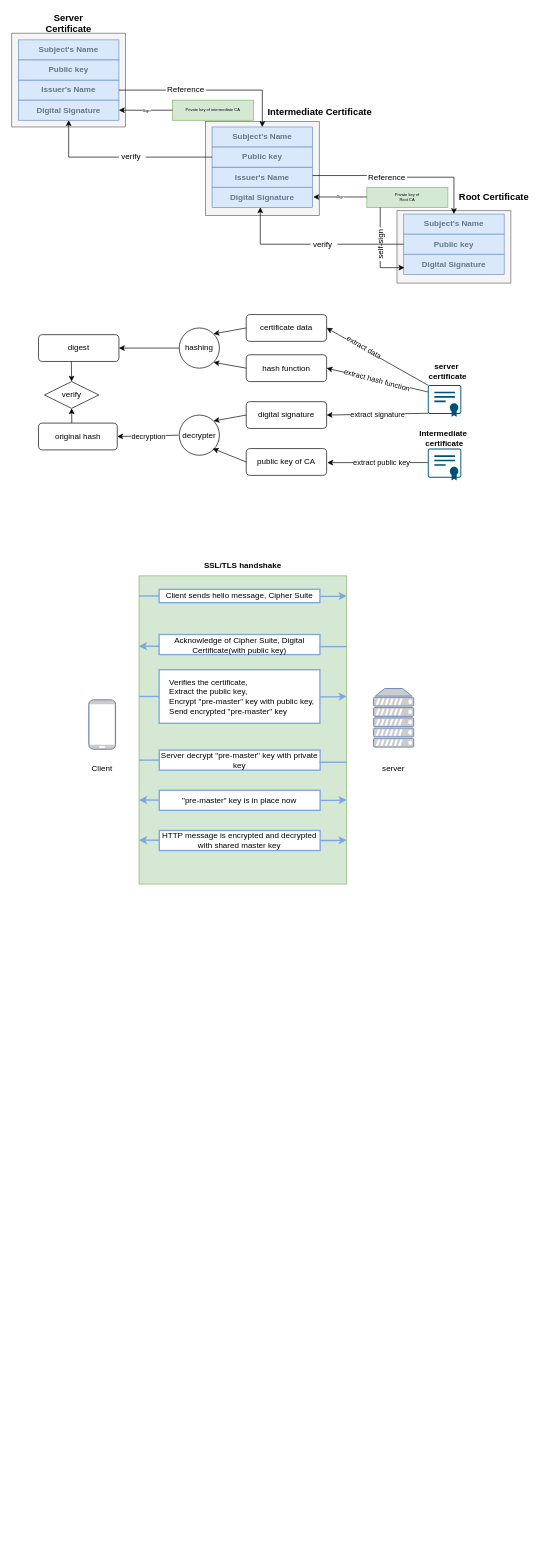
The draw.io diagram https_ca_certificate.drawio in baoqger/drawing.io, before the edit. Source tidied: cells renumbered, new cells numbered last; positions are measured from the earlier drawing's top-left corner, leaving out a move shared by most shapes. Both pictures are drawn from the tidied source at 67%, with x=0, y=0 at pixel (11, 13). Pictures stored in the file or linked from it are replaced by grey dashed boxes.
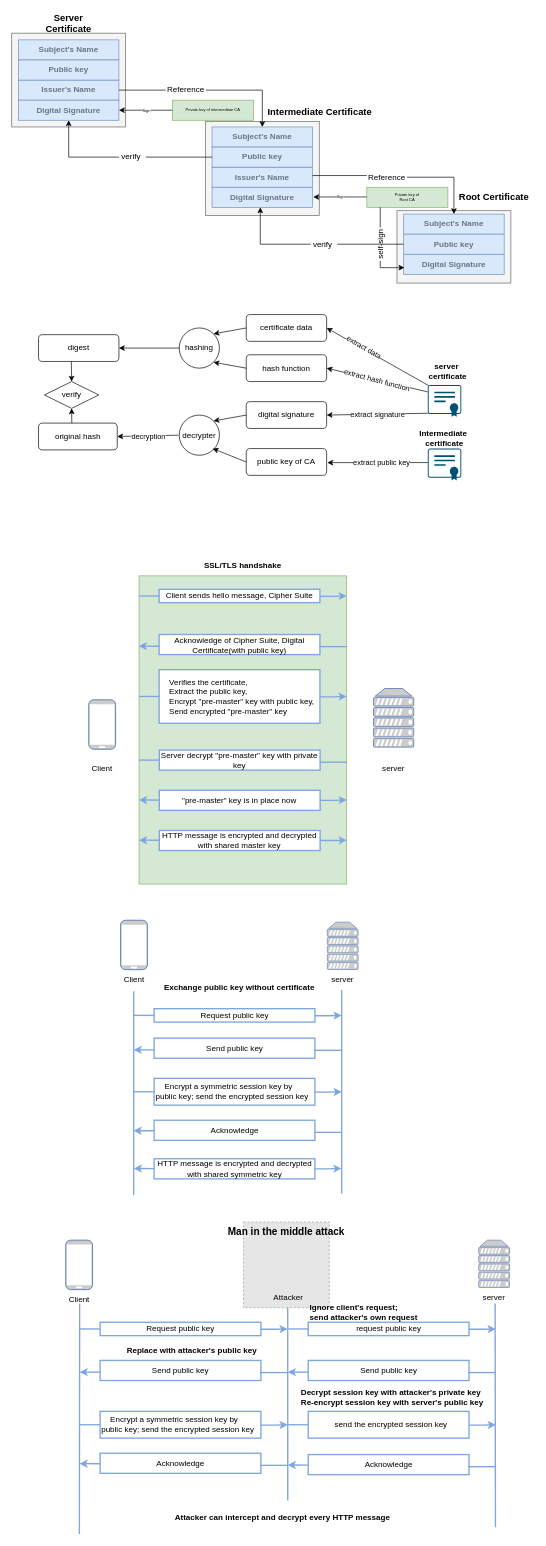
After the change.

Diff of the diagram source:
```diff
@@
+    <mxCell id="94" value="Exchange public key without certificate" style="text;html=1;strokeColor=none;fillColor=none;align=center;verticalAlign=middle;whiteSpace=wrap;rounded=0;fontStyle=1;" parent="1" vertex="1">
+      <mxGeometry x="185" y="1440" width="310" height="30" as="geometry" />
+    </mxCell>
+    <mxCell id="95" style="fontColor=#0066CC;verticalAlign=top;verticalLabelPosition=bottom;labelPosition=center;align=center;html=1;fillColor=#CCCCCC;strokeColor=#6881B3;gradientColor=none;gradientDirection=north;strokeWidth=2;shape=mxgraph.networks.server;" parent="1" vertex="1">
+      <mxGeometry x="471" y="1356.9" width="46" height="70.6" as="geometry" />
+    </mxCell>
+    <mxCell id="96" style="fontColor=#0066CC;verticalAlign=top;verticalLabelPosition=bottom;labelPosition=center;align=center;html=1;fillColor=#CCCCCC;strokeColor=#6881B3;gradientColor=none;gradientDirection=north;strokeWidth=2;shape=mxgraph.networks.mobile;" parent="1" vertex="1">
+      <mxGeometry x="162.5" y="1354" width="40" height="73.8" as="geometry" />
+    </mxCell>
+    <mxCell id="97" value="Client" style="text;html=1;strokeColor=none;fillColor=none;align=center;verticalAlign=middle;whiteSpace=wrap;rounded=0;" parent="1" vertex="1">
+      <mxGeometry x="152.5" y="1427.5" width="60" height="30" as="geometry" />
+    </mxCell>
+    <mxCell id="98" value="server" style="text;html=1;strokeColor=none;fillColor=none;align=center;verticalAlign=middle;whiteSpace=wrap;rounded=0;" parent="1" vertex="1">
+      <mxGeometry x="464" y="1427.5" width="60" height="30" as="geometry" />
+    </mxCell>
+    <mxCell id="99" value="Request public key" style="rounded=0;whiteSpace=wrap;html=1;strokeColor=#7EA6E0;strokeWidth=2;" parent="1" vertex="1">
+      <mxGeometry x="212.5" y="1486" width="240" height="20" as="geometry" />
+    </mxCell>
+    <mxCell id="100" style="endArrow=classic;html=1;rounded=0;edgeStyle=orthogonalEdgeStyle;strokeColor=#7EA6E0;strokeWidth=2;" parent="1" edge="1">
+      <mxGeometry x="187.8" y="1465.5" as="geometry">
+        <mxPoint x="452.5" y="1496.5" as="sourcePoint" />
+        <mxPoint x="492.5" y="1496" as="targetPoint" />
+        <Array as="points">
+          <mxPoint x="472.5" y="1496.5" />
+          <mxPoint x="472.5" y="1496.5" />
+        </Array>
+      </mxGeometry>
+    </mxCell>
+    <mxCell id="101" style="line;strokeWidth=2;html=1;labelBorderColor=#3399FF;strokeColor=#7EA6E0;" parent="1" vertex="1">
+      <mxGeometry x="182.5" y="1491" width="30" height="10" as="geometry" />
+    </mxCell>
+    <mxCell id="102" value="Send public key" style="rounded=0;whiteSpace=wrap;html=1;strokeColor=#7EA6E0;strokeWidth=2;" parent="1" vertex="1">
+      <mxGeometry x="212.5" y="1530" width="240" height="30" as="geometry" />
+    </mxCell>
+    <mxCell id="103" style="endArrow=classic;html=1;rounded=0;edgeStyle=orthogonalEdgeStyle;strokeColor=#7EA6E0;strokeWidth=2;" parent="1" edge="1">
+      <mxGeometry x="-52.2" y="1562" as="geometry">
+        <mxPoint x="212.5" y="1547.5" as="sourcePoint" />
+        <mxPoint x="182" y="1547.5" as="targetPoint" />
+        <Array as="points">
+          <mxPoint x="212.5" y="1547.5" />
+        </Array>
+      </mxGeometry>
+    </mxCell>
+    <mxCell id="104" style="line;strokeWidth=2;html=1;labelBorderColor=#3399FF;strokeColor=#7EA6E0;" parent="1" vertex="1">
+      <mxGeometry x="451.5" y="1543.1" width="41" height="10" as="geometry" />
+    </mxCell>
+    <mxCell id="105" value="&lt;span&gt;&amp;nbsp; &amp;nbsp; Encrypt a symmetric session key by public key; send the encrypted session key&lt;/span&gt;" style="rounded=0;whiteSpace=wrap;html=1;strokeColor=#7EA6E0;strokeWidth=2;align=left;" parent="1" vertex="1">
+      <mxGeometry x="212.5" y="1590" width="240" height="40" as="geometry" />
+    </mxCell>
+    <mxCell id="106" style="endArrow=classic;html=1;rounded=0;edgeStyle=orthogonalEdgeStyle;strokeColor=#7EA6E0;strokeWidth=2;" parent="1" edge="1">
+      <mxGeometry x="187.8" y="1579.5" as="geometry">
+        <mxPoint x="452.5" y="1610.5" as="sourcePoint" />
+        <mxPoint x="492.5" y="1610" as="targetPoint" />
+        <Array as="points">
+          <mxPoint x="472.5" y="1610.5" />
+          <mxPoint x="472.5" y="1610.5" />
+        </Array>
+      </mxGeometry>
+    </mxCell>
+    <mxCell id="107" style="line;strokeWidth=2;html=1;labelBorderColor=#3399FF;strokeColor=#7EA6E0;" parent="1" vertex="1">
+      <mxGeometry x="182.5" y="1605" width="30" height="10" as="geometry" />
+    </mxCell>
+    <mxCell id="108" value="Acknowledge" style="rounded=0;whiteSpace=wrap;html=1;strokeColor=#7EA6E0;strokeWidth=2;" parent="1" vertex="1">
+      <mxGeometry x="212.5" y="1652.5" width="240" height="30" as="geometry" />
+    </mxCell>
+    <mxCell id="109" style="line;strokeWidth=2;html=1;labelBorderColor=#3399FF;strokeColor=#7EA6E0;" parent="1" vertex="1">
+      <mxGeometry x="451.5" y="1665.6" width="41" height="10" as="geometry" />
+    </mxCell>
+    <mxCell id="110" value="HTTP message is encrypted and decrypted with shared symmetric key" style="rounded=0;whiteSpace=wrap;html=1;strokeColor=#7EA6E0;strokeWidth=2;" parent="1" vertex="1">
+      <mxGeometry x="212.5" y="1710" width="240" height="30" as="geometry" />
+    </mxCell>
+    <mxCell id="111" style="endArrow=classic;html=1;rounded=0;edgeStyle=orthogonalEdgeStyle;strokeColor=#7EA6E0;strokeWidth=2;" parent="1" edge="1">
+      <mxGeometry x="187.4" y="1694" as="geometry">
+        <mxPoint x="452.2" y="1725" as="sourcePoint" />
+        <mxPoint x="492.2" y="1724.5" as="targetPoint" />
+        <Array as="points">
+          <mxPoint x="472.2" y="1725" />
+          <mxPoint x="472.2" y="1725" />
+        </Array>
+      </mxGeometry>
+    </mxCell>
+    <mxCell id="112" style="endArrow=classic;html=1;rounded=0;edgeStyle=orthogonalEdgeStyle;strokeColor=#7EA6E0;strokeWidth=2;entryX=-0.001;entryY=0.228;entryDx=0;entryDy=0;entryPerimeter=0;" parent="1" edge="1">
+      <mxGeometry x="-52.2" y="1739.1" as="geometry">
+        <mxPoint x="212.5" y="1724.6" as="sourcePoint" />
+        <mxPoint x="182.2" y="1724.5" as="targetPoint" />
+        <Array as="points">
+          <mxPoint x="212.5" y="1724.6" />
+        </Array>
+      </mxGeometry>
+    </mxCell>
+    <mxCell id="113" style="endArrow=classic;html=1;rounded=0;edgeStyle=orthogonalEdgeStyle;strokeColor=#7EA6E0;strokeWidth=2;entryX=-0.001;entryY=0.228;entryDx=0;entryDy=0;entryPerimeter=0;" parent="1" edge="1">
+      <mxGeometry x="-52.6" y="1682.8" as="geometry">
+        <mxPoint x="212.2" y="1668.2" as="sourcePoint" />
+        <mxPoint x="181.9" y="1668.1" as="targetPoint" />
+        <Array as="points">
+          <mxPoint x="212.2" y="1668.2" />
+        </Array>
+      </mxGeometry>
+    </mxCell>
+    <mxCell id="114" value="Request public key" style="rounded=0;whiteSpace=wrap;html=1;strokeColor=#7EA6E0;strokeWidth=2;" parent="1" vertex="1">
+      <mxGeometry x="131.9" y="1954" width="240" height="20" as="geometry" />
+    </mxCell>
+    <mxCell id="115" style="endArrow=classic;html=1;rounded=0;edgeStyle=orthogonalEdgeStyle;strokeColor=#7EA6E0;strokeWidth=2;" parent="1" edge="1">
+      <mxGeometry x="107.1" y="1933.5" as="geometry">
+        <mxPoint x="371.9" y="1964.5" as="sourcePoint" />
+        <mxPoint x="411.9" y="1964" as="targetPoint" />
+        <Array as="points">
+          <mxPoint x="391.9" y="1964.5" />
+          <mxPoint x="391.9" y="1964.5" />
+        </Array>
+      </mxGeometry>
+    </mxCell>
+    <mxCell id="116" style="line;strokeWidth=2;html=1;labelBorderColor=#3399FF;strokeColor=#7EA6E0;" parent="1" vertex="1">
+      <mxGeometry x="101.9" y="1959" width="30" height="10" as="geometry" />
+    </mxCell>
+    <mxCell id="117" value="Send public key" style="rounded=0;whiteSpace=wrap;html=1;strokeColor=#7EA6E0;strokeWidth=2;" parent="1" vertex="1">
+      <mxGeometry x="131.9" y="2011" width="240" height="30" as="geometry" />
+    </mxCell>
+    <mxCell id="118" style="endArrow=classic;html=1;rounded=0;edgeStyle=orthogonalEdgeStyle;strokeColor=#7EA6E0;strokeWidth=2;" parent="1" edge="1">
+      <mxGeometry x="-132.9" y="2043" as="geometry">
+        <mxPoint x="131.9" y="2028.5" as="sourcePoint" />
+        <mxPoint x="101.4" y="2028.5" as="targetPoint" />
+        <Array as="points">
+          <mxPoint x="131.9" y="2028.5" />
+        </Array>
+      </mxGeometry>
+    </mxCell>
+    <mxCell id="119" style="line;strokeWidth=2;html=1;labelBorderColor=#3399FF;strokeColor=#7EA6E0;" parent="1" vertex="1">
+      <mxGeometry x="370.9" y="2024.1" width="41" height="10" as="geometry" />
+    </mxCell>
+    <mxCell id="120" value="&lt;span&gt;&amp;nbsp; &amp;nbsp; Encrypt a symmetric session key by public key; send the encrypted session key&lt;/span&gt;" style="rounded=0;whiteSpace=wrap;html=1;strokeColor=#7EA6E0;strokeWidth=2;align=left;" parent="1" vertex="1">
+      <mxGeometry x="131.9" y="2087" width="240" height="40" as="geometry" />
+    </mxCell>
+    <mxCell id="121" style="endArrow=classic;html=1;rounded=0;edgeStyle=orthogonalEdgeStyle;strokeColor=#7EA6E0;strokeWidth=2;" parent="1" edge="1">
+      <mxGeometry x="107.1" y="2076.5" as="geometry">
+        <mxPoint x="371.9" y="2107.5" as="sourcePoint" />
+        <mxPoint x="411.9" y="2107" as="targetPoint" />
+        <Array as="points">
+          <mxPoint x="391.9" y="2107.5" />
+          <mxPoint x="391.9" y="2107.5" />
+        </Array>
+      </mxGeometry>
+    </mxCell>
+    <mxCell id="122" style="line;strokeWidth=2;html=1;labelBorderColor=#3399FF;strokeColor=#7EA6E0;" parent="1" vertex="1">
+      <mxGeometry x="101.9" y="2102" width="30" height="10" as="geometry" />
+    </mxCell>
+    <mxCell id="123" value="Acknowledge" style="rounded=0;whiteSpace=wrap;html=1;strokeColor=#7EA6E0;strokeWidth=2;" parent="1" vertex="1">
+      <mxGeometry x="131.9" y="2149.5" width="240" height="30" as="geometry" />
+    </mxCell>
+    <mxCell id="124" style="line;strokeWidth=2;html=1;labelBorderColor=#3399FF;strokeColor=#7EA6E0;" parent="1" vertex="1">
+      <mxGeometry x="370.9" y="2162.6" width="41" height="10" as="geometry" />
+    </mxCell>
+    <mxCell id="125" style="endArrow=classic;html=1;rounded=0;edgeStyle=orthogonalEdgeStyle;strokeColor=#7EA6E0;strokeWidth=2;entryX=-0.001;entryY=0.228;entryDx=0;entryDy=0;entryPerimeter=0;" parent="1" edge="1">
+      <mxGeometry x="-133.2" y="2179.8" as="geometry">
+        <mxPoint x="131.6" y="2165.2" as="sourcePoint" />
+        <mxPoint x="101.3" y="2165.1" as="targetPoint" />
+        <Array as="points">
+          <mxPoint x="131.6" y="2165.2" />
+        </Array>
+      </mxGeometry>
+    </mxCell>
+    <mxCell id="126" value="request public key" style="rounded=0;whiteSpace=wrap;html=1;strokeColor=#7EA6E0;strokeWidth=2;" parent="1" vertex="1">
+      <mxGeometry x="442.5" y="1954" width="240" height="20" as="geometry" />
+    </mxCell>
+    <mxCell id="127" style="endArrow=classic;html=1;rounded=0;edgeStyle=orthogonalEdgeStyle;strokeColor=#7EA6E0;strokeWidth=2;" parent="1" edge="1">
+      <mxGeometry x="417.7" y="1933.5" as="geometry">
+        <mxPoint x="682.5" y="1964.5" as="sourcePoint" />
+        <mxPoint x="722.5" y="1964" as="targetPoint" />
+        <Array as="points">
+          <mxPoint x="702.5" y="1964.5" />
+          <mxPoint x="702.5" y="1964.5" />
+        </Array>
+      </mxGeometry>
+    </mxCell>
+    <mxCell id="128" style="line;strokeWidth=2;html=1;labelBorderColor=#3399FF;strokeColor=#7EA6E0;" parent="1" vertex="1">
+      <mxGeometry x="412.5" y="1959" width="30" height="10" as="geometry" />
+    </mxCell>
+    <mxCell id="129" value="Send public key" style="rounded=0;whiteSpace=wrap;html=1;strokeColor=#7EA6E0;strokeWidth=2;" parent="1" vertex="1">
+      <mxGeometry x="442.5" y="2011" width="240" height="30" as="geometry" />
+    </mxCell>
+    <mxCell id="130" style="endArrow=classic;html=1;rounded=0;edgeStyle=orthogonalEdgeStyle;strokeColor=#7EA6E0;strokeWidth=2;" parent="1" edge="1">
+      <mxGeometry x="177.7" y="2043" as="geometry">
+        <mxPoint x="442.5" y="2028.5" as="sourcePoint" />
+        <mxPoint x="412" y="2028.5" as="targetPoint" />
+        <Array as="points">
+          <mxPoint x="442.5" y="2028.5" />
+        </Array>
+      </mxGeometry>
+    </mxCell>
+    <mxCell id="131" style="line;strokeWidth=2;html=1;labelBorderColor=#3399FF;strokeColor=#7EA6E0;" parent="1" vertex="1">
+      <mxGeometry x="681.5" y="2024.1" width="41" height="10" as="geometry" />
+    </mxCell>
+    <mxCell id="132" value="&lt;span&gt;&amp;nbsp; send the encrypted session key&lt;/span&gt;" style="rounded=0;whiteSpace=wrap;html=1;strokeColor=#7EA6E0;strokeWidth=2;align=center;" parent="1" vertex="1">
+      <mxGeometry x="442.5" y="2087" width="240" height="40" as="geometry" />
+    </mxCell>
+    <mxCell id="133" style="endArrow=classic;html=1;rounded=0;edgeStyle=orthogonalEdgeStyle;strokeColor=#7EA6E0;strokeWidth=2;" parent="1" edge="1">
+      <mxGeometry x="417.7" y="2076.5" as="geometry">
+        <mxPoint x="682.5" y="2107.5" as="sourcePoint" />
+        <mxPoint x="722.5" y="2107" as="targetPoint" />
+        <Array as="points">
+          <mxPoint x="702.5" y="2107.5" />
+          <mxPoint x="702.5" y="2107.5" />
+        </Array>
+      </mxGeometry>
+    </mxCell>
+    <mxCell id="134" style="line;strokeWidth=2;html=1;labelBorderColor=#3399FF;strokeColor=#7EA6E0;" parent="1" vertex="1">
+      <mxGeometry x="412.5" y="2102" width="30" height="10" as="geometry" />
+    </mxCell>
+    <mxCell id="135" value="Acknowledge" style="rounded=0;whiteSpace=wrap;html=1;strokeColor=#7EA6E0;strokeWidth=2;" parent="1" vertex="1">
+      <mxGeometry x="442.5" y="2151.5" width="240" height="30" as="geometry" />
+    </mxCell>
+    <mxCell id="136" style="line;strokeWidth=2;html=1;labelBorderColor=#3399FF;strokeColor=#7EA6E0;" parent="1" vertex="1">
+      <mxGeometry x="681.5" y="2164.6" width="41" height="10" as="geometry" />
+    </mxCell>
+    <mxCell id="137" style="endArrow=classic;html=1;rounded=0;edgeStyle=orthogonalEdgeStyle;strokeColor=#7EA6E0;strokeWidth=2;entryX=-0.001;entryY=0.228;entryDx=0;entryDy=0;entryPerimeter=0;" parent="1" edge="1">
+      <mxGeometry x="177.4" y="2181.8" as="geometry">
+        <mxPoint x="442.2" y="2167.2" as="sourcePoint" />
+        <mxPoint x="411.9" y="2167.1" as="targetPoint" />
+        <Array as="points">
+          <mxPoint x="442.2" y="2167.2" />
+        </Array>
+      </mxGeometry>
+    </mxCell>
+    <mxCell id="138" style="endArrow=none;html=1;rounded=0;fontColor=#A9C4EB;strokeWidth=2;strokeColor=#7EA6E0;" parent="1" edge="1">
+      <mxGeometry relative="1" as="geometry">
+        <mxPoint x="182" y="1460" as="sourcePoint" />
+        <mxPoint x="182" y="1764" as="targetPoint" />
+      </mxGeometry>
+    </mxCell>
+    <mxCell id="139" style="endArrow=none;html=1;rounded=0;fontColor=#A9C4EB;strokeWidth=2;strokeColor=#7EA6E0;" parent="1" edge="1">
+      <mxGeometry relative="1" as="geometry">
+        <mxPoint x="492.5" y="1458" as="sourcePoint" />
+        <mxPoint x="492.5" y="1762" as="targetPoint" />
+      </mxGeometry>
+    </mxCell>
+    <mxCell id="140" style="endArrow=none;html=1;rounded=0;fontColor=#A9C4EB;strokeWidth=2;strokeColor=#7EA6E0;" parent="1" edge="1">
+      <mxGeometry relative="1" as="geometry">
+        <mxPoint x="411.9" y="1924.3" as="sourcePoint" />
+        <mxPoint x="412" y="2220" as="targetPoint" />
+      </mxGeometry>
+    </mxCell>
+    <mxCell id="141" style="endArrow=none;html=1;rounded=0;fontColor=#A9C4EB;strokeWidth=2;strokeColor=#7EA6E0;" parent="1" edge="1">
+      <mxGeometry relative="1" as="geometry">
+        <mxPoint x="101.4" y="1926" as="sourcePoint" />
+        <mxPoint x="101" y="2270" as="targetPoint" />
+      </mxGeometry>
+    </mxCell>
+    <mxCell id="142" style="fillColor=#E6E6E6;strokeColor=#999999;dashed=1;html=1;verticalAlign=top;verticalLabelPosition=bottom;labelBackgroundColor=#ffffff;" parent="1" vertex="1">
+      <mxGeometry x="346" y="1804.4" width="128" height="128" as="geometry" />
+    </mxCell>
+    <mxCell id="143" value="Attacker" style="text;html=1;strokeColor=none;fillColor=none;align=center;verticalAlign=middle;whiteSpace=wrap;rounded=0;" parent="1" vertex="1">
+      <mxGeometry x="382.5" y="1902.1" width="60" height="30" as="geometry" />
+    </mxCell>
+    <mxCell id="144" style="fontColor=#0066CC;verticalAlign=top;verticalLabelPosition=bottom;labelPosition=center;align=center;html=1;fillColor=#CCCCCC;strokeColor=#6881B3;gradientColor=none;gradientDirection=north;strokeWidth=2;shape=mxgraph.networks.server;" parent="1" vertex="1">
+      <mxGeometry x="697" y="1831.5" width="46" height="70.6" as="geometry" />
+    </mxCell>
+    <mxCell id="145" style="fontColor=#0066CC;verticalAlign=top;verticalLabelPosition=bottom;labelPosition=center;align=center;html=1;fillColor=#CCCCCC;strokeColor=#6881B3;gradientColor=none;gradientDirection=north;strokeWidth=2;shape=mxgraph.networks.mobile;" parent="1" vertex="1">
+      <mxGeometry x="80.6" y="1831.5" width="40" height="73.8" as="geometry" />
+    </mxCell>
+    <mxCell id="146" value="Client" style="text;html=1;strokeColor=none;fillColor=none;align=center;verticalAlign=middle;whiteSpace=wrap;rounded=0;" parent="1" vertex="1">
+      <mxGeometry x="70.6" y="1905" width="60" height="30" as="geometry" />
+    </mxCell>
+    <mxCell id="147" value="server" style="text;html=1;strokeColor=none;fillColor=none;align=center;verticalAlign=middle;whiteSpace=wrap;rounded=0;" parent="1" vertex="1">
+      <mxGeometry x="690" y="1902.1" width="60" height="30" as="geometry" />
+    </mxCell>
+    <mxCell id="148" style="endArrow=none;html=1;rounded=0;fontColor=#A9C4EB;strokeWidth=2;strokeColor=#7EA6E0;" parent="1" edge="1">
+      <mxGeometry relative="1" as="geometry">
+        <mxPoint x="721.5" y="1926" as="sourcePoint" />
+        <mxPoint x="722" y="2260" as="targetPoint" />
+      </mxGeometry>
+    </mxCell>
+    <mxCell id="149" value="&lt;font color=&quot;#000000&quot;&gt;Ignore client's request; &lt;br&gt;send attacker's own request&lt;/font&gt;" style="text;html=1;strokeColor=none;fillColor=none;align=left;verticalAlign=middle;whiteSpace=wrap;rounded=0;fontColor=#333333;fontStyle=1;" parent="1" vertex="1">
+      <mxGeometry x="442.5" y="1924" width="187.5" height="30" as="geometry" />
+    </mxCell>
+    <mxCell id="150" value="&lt;font color=&quot;#000000&quot;&gt;Replace with attacker's public key&lt;/font&gt;" style="text;html=1;strokeColor=none;fillColor=none;align=left;verticalAlign=middle;whiteSpace=wrap;rounded=0;fontColor=#A9C4EB;fontStyle=1;" parent="1" vertex="1">
+      <mxGeometry x="170" y="1981" width="203.7" height="30" as="geometry" />
+    </mxCell>
+    <mxCell id="151" value="&lt;font color=&quot;#000000&quot;&gt;Decrypt session key with attacker's private key&lt;br&gt;Re-encrypt session key with server's public key&lt;br&gt;&lt;/font&gt;" style="text;html=1;strokeColor=none;fillColor=none;align=left;verticalAlign=middle;whiteSpace=wrap;rounded=0;fontColor=#333333;fontStyle=1;" parent="1" vertex="1">
+      <mxGeometry x="430" y="2051" width="290" height="30" as="geometry" />
+    </mxCell>
+    <mxCell id="152" value="Man in the middle attack" style="text;html=1;strokeColor=none;fillColor=none;align=center;verticalAlign=middle;whiteSpace=wrap;rounded=0;fontStyle=1;fontSize=15;" parent="1" vertex="1">
+      <mxGeometry x="255" y="1804.4" width="310" height="30" as="geometry" />
+    </mxCell>
+    <mxCell id="153" value="Attacker can intercept and decrypt every HTTP message&amp;nbsp;" style="rounded=0;whiteSpace=wrap;html=1;strokeColor=none;strokeWidth=2;fillColor=none;fontStyle=1;" parent="1" vertex="1">
+      <mxGeometry x="141" y="2230" width="530" height="30" as="geometry" />
+    </mxCell>
```
